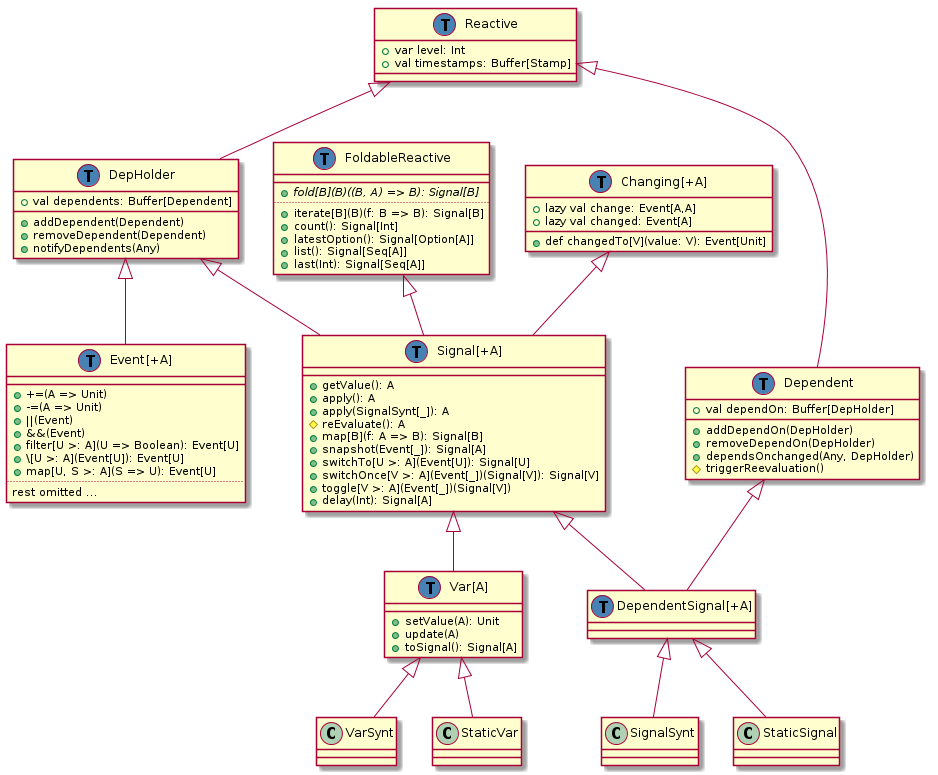
This is doc/class-hierarchy/post-refactoring-may-14.png from rescala-lang/REScala, a PlantUML export, as it was before one commit. The source it was exported from:
```plantuml
@startuml
class Reactive {
  +var level: Int
  +val timestamps: Buffer[Stamp]
}

class DepHolder {
  +val dependents: Buffer[Dependent]
  __
  +addDependent(Dependent)
  +removeDependent(Dependent)
  +notifyDependents(Any)
}
Reactive <|-- DepHolder

class Dependent {
  +val dependOn: Buffer[DepHolder]
  __
  +addDependOn(DepHolder)
  +removeDependOn(DepHolder)
  +dependsOnchanged(Any, DepHolder)
  #triggerReevaluation()
}
Reactive <|-- Dependent

class "Signal[+A]" as Signal {
  +getValue(): A
  +apply(): A
  +apply(SignalSynt[_]): A
  #reEvaluate(): A
  +map[B](f: A => B): Signal[B]
  +snapshot(Event[_]): Signal[A]
  +switchTo[U >: A](Event[U]): Signal[U]
  +switchOnce[V >: A](Event[_])(Signal[V]): Signal[V]
  +toggle[V >: A](Event[_])(Signal[V])
  +delay(Int): Signal[A]
}
DepHolder <|-- Signal
FoldableReactive <|-- Signal

class "Var[A]" as Var {
  __
  +setValue(A): Unit
  +update(A)
  +toSignal(): Signal[A]
}
Signal <|-- Var

class "DependentSignal[+A]" as DependentSignal
Dependent <|-- DependentSignal
Signal <|-- DependentSignal

class "Event[+A]" as Event {
  __
  ++=(A => Unit)
  +-=(A => Unit)
  +||(Event)
  +&&(Event)
  +filter[U >: A](U => Boolean): Event[U]
  +\\\[U >: A](Event[U]): Event[U]
  +map[U, S >: A](S => U): Event[U]
  ..
  rest omitted ...
}
DepHolder <|-- Event

class "FoldableReactive[+A]" as FoldableReactive {
  __
  + {abstract} fold[B](B)((B, A) => B): Signal[B]
  ..
  +iterate[B](B)(f: B => B): Signal[B]
  +count(): Signal[Int]
  +latestOption(): Signal[Option[A]]
  +list(): Signal[Seq[A]]
  +last(Int): Signal[Seq[A]]
}

class "Changing[+A]" as Changing {
  +lazy val change: Event[A,A]
  +lazy val changed: Event[A]
  __
  +def changedTo[V](value: V): Event[Unit]
}
Changing <|-- Signal

DependentSignal <|-- SignalSynt
DependentSignal <|-- StaticSignal
Var <|-- VarSynt
Var <|-- StaticVar

class Signal << (T,#4682b4) >>
class Var << (T,#4682b4) >>
class DepHolder << (T,#4682b4) >>
class Dependent << (T,#4682b4) >>
class Reactive << (T,#4682b4) >>
class Event << (T,#4682b4) >>
class DependentSignal << (T,#4682b4) >>
class Changing << (T,#4682b4) >>
class FoldableReactive << (T,#4682b4) >>
@enduml
```
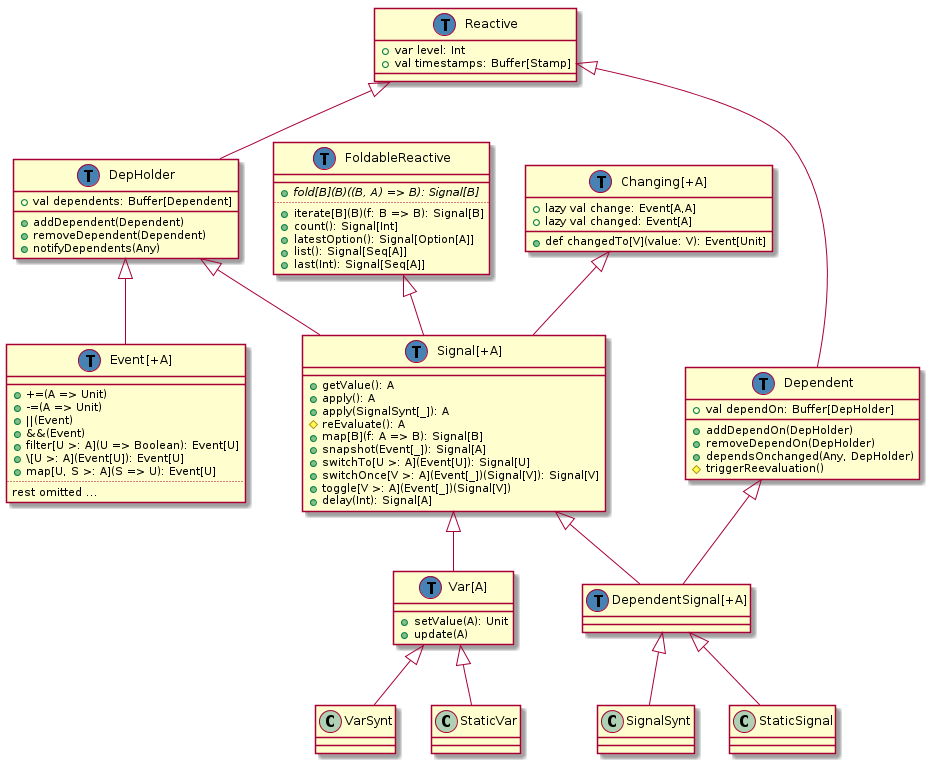
Above is the later version.

Commit message:
Remove `toSignal` method

Change to the diagram source:
```diff
@@ -42,7 +42,6 @@
   __
   +setValue(A): Unit
   +update(A)
-  +toSignal(): Signal[A]
 }
 Signal <|-- Var
 
```
